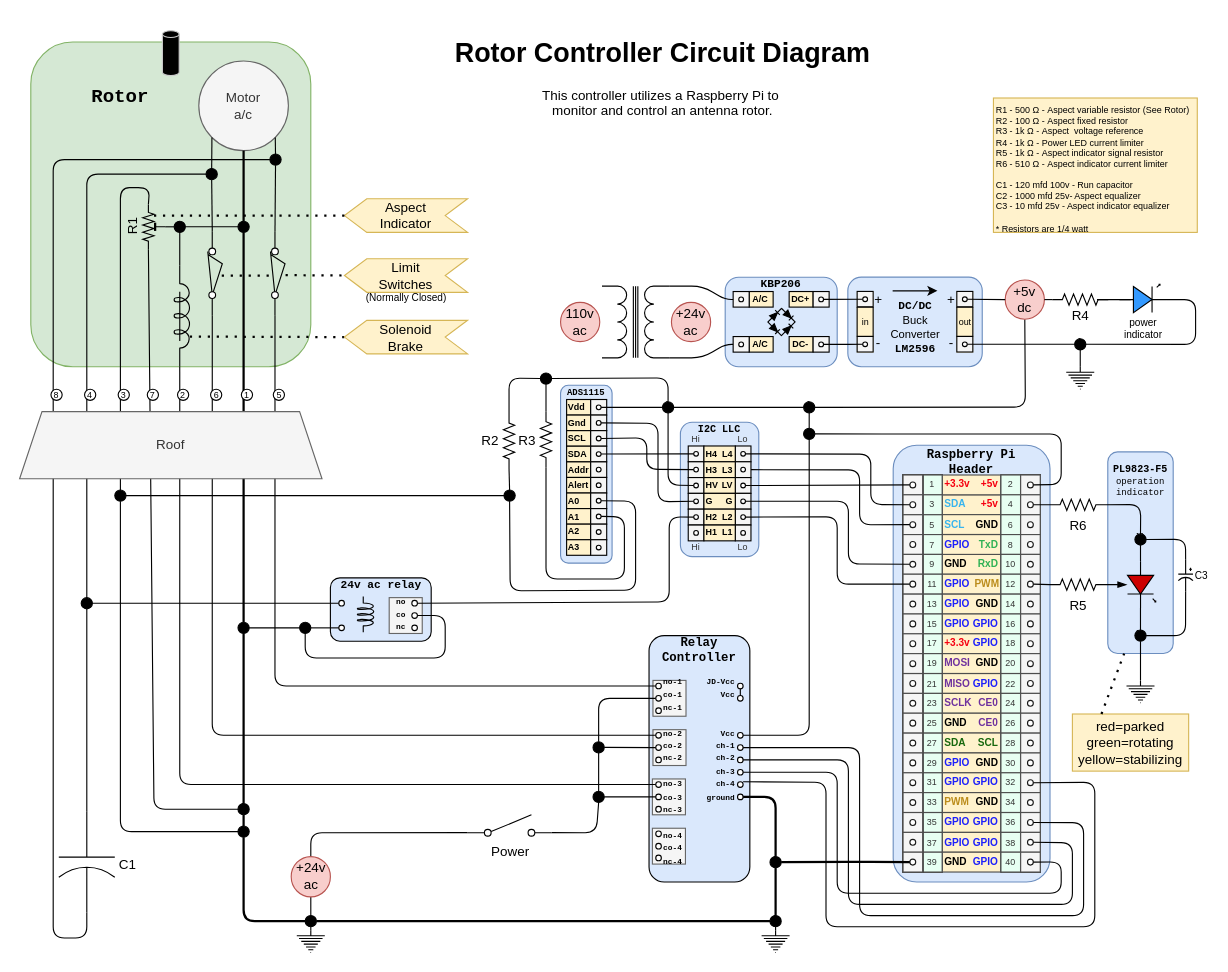
Before: readme/rotor.drawio in wryan67/rotor, a draw.io diagram. Source tidied: cells renumbered, new cells numbered last; positions are measured from the earlier drawing's top-left corner, leaving out a move shared by most shapes. Both pictures are drawn from the tidied source at 112%, with x=0, y=0 at pixel (19, 30).
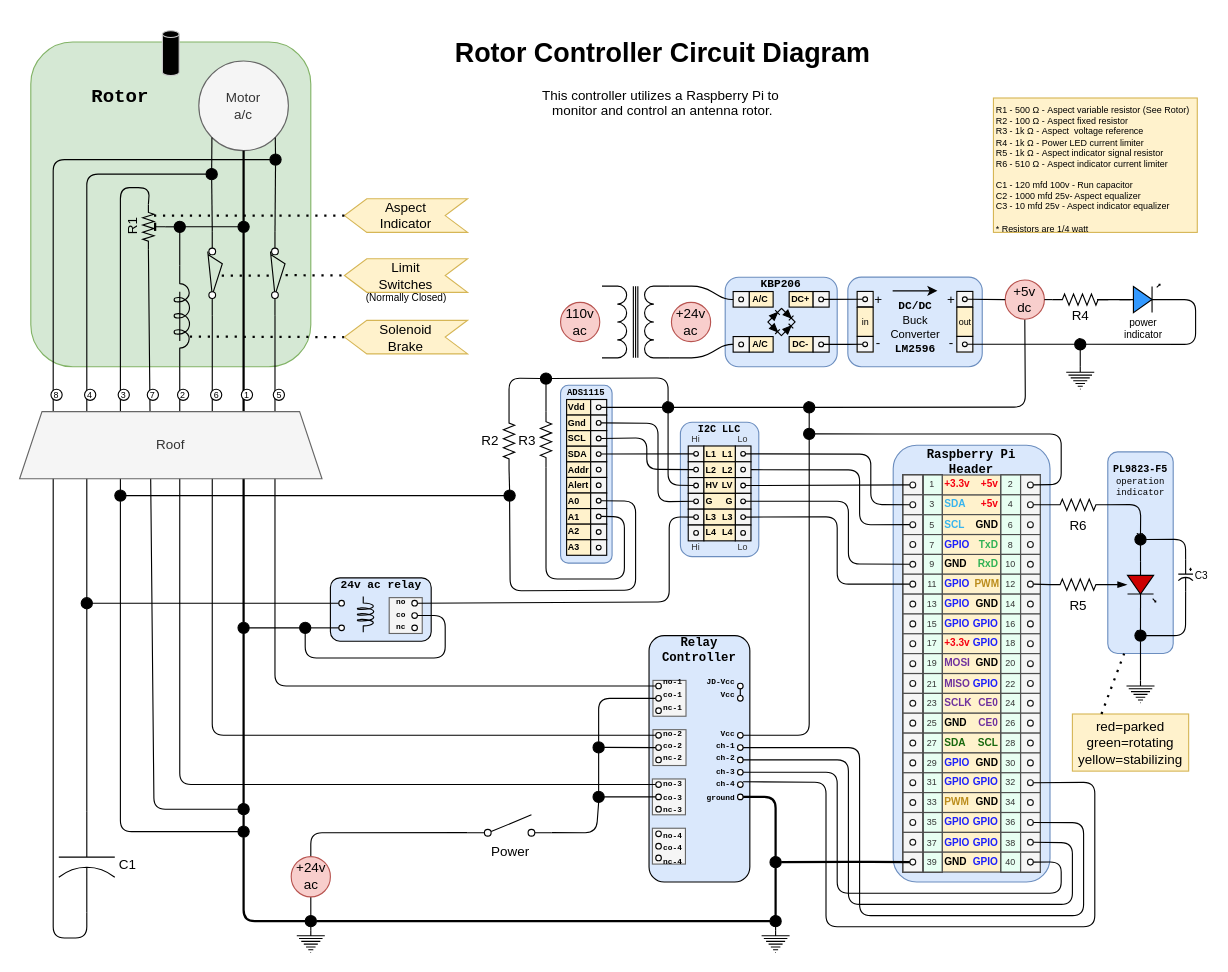
The same page after the edit.

Commit message:
made the pins on I2C LLC match the physical device

Unchanged cells that the change refers to:
```xml
<mxCell id="366" style="group;" parent="1" vertex="1">
  <mxGeometry x="590" y="349.5" width="70" height="120" as="geometry" />
</mxCell>
```

The edit, as a diff of the source:
```diff
@@
-    <mxCell id="398" value="L1" style="text;html=1;strokeColor=none;fillColor=none;align=right;verticalAlign=middle;whiteSpace=wrap;rounded=0;fontSize=8;fontStyle=1;" parent="366" vertex="1">
+    <mxCell id="398" value="L4" style="text;html=1;strokeColor=none;fillColor=none;align=right;verticalAlign=middle;whiteSpace=wrap;rounded=0;fontSize=8;fontStyle=1;" parent="366" vertex="1">
       <mxGeometry x="35" y="91.8" width="14" height="14.1" as="geometry" />
     </mxCell>
-    <mxCell id="399" value="L2" style="text;html=1;strokeColor=none;fillColor=none;align=right;verticalAlign=middle;whiteSpace=wrap;rounded=0;fontSize=8;fontStyle=1;" parent="366" vertex="1">
+    <mxCell id="399" value="L3" style="text;html=1;strokeColor=none;fillColor=none;align=right;verticalAlign=middle;whiteSpace=wrap;rounded=0;fontSize=8;fontStyle=1;" parent="366" vertex="1">
       <mxGeometry x="35" y="77.6" width="14" height="14.1" as="geometry" />
     </mxCell>
@@
-    <mxCell id="402" value="L3" style="text;html=1;strokeColor=none;fillColor=none;align=right;verticalAlign=middle;whiteSpace=wrap;rounded=0;fontSize=8;fontStyle=1;" parent="366" vertex="1">
+    <mxCell id="402" value="L2" style="text;html=1;strokeColor=none;fillColor=none;align=right;verticalAlign=middle;whiteSpace=wrap;rounded=0;fontSize=8;fontStyle=1;" parent="366" vertex="1">
       <mxGeometry x="35" y="35.3" width="14" height="14.1" as="geometry" />
     </mxCell>
-    <mxCell id="403" value="L4" style="text;html=1;strokeColor=none;fillColor=none;align=right;verticalAlign=middle;whiteSpace=wrap;rounded=0;fontSize=8;fontStyle=1;" parent="366" vertex="1">
+    <mxCell id="403" value="L1" style="text;html=1;strokeColor=none;fillColor=none;align=right;verticalAlign=middle;whiteSpace=wrap;rounded=0;fontSize=8;fontStyle=1;" parent="366" vertex="1">
       <mxGeometry x="35" y="21.2" width="14" height="14.1" as="geometry" />
     </mxCell>
-    <mxCell id="404" value="H4" style="text;html=1;strokeColor=none;fillColor=none;align=left;verticalAlign=middle;whiteSpace=wrap;rounded=0;fontSize=8;fontStyle=1;" parent="366" vertex="1">
+    <mxCell id="404" value="L1" style="text;html=1;strokeColor=none;fillColor=none;align=left;verticalAlign=middle;whiteSpace=wrap;rounded=0;fontSize=8;fontStyle=1;" parent="366" vertex="1">
       <mxGeometry x="21" y="21.2" width="14" height="14.1" as="geometry" />
     </mxCell>
-    <mxCell id="405" value="H3" style="text;html=1;strokeColor=none;fillColor=none;align=left;verticalAlign=middle;whiteSpace=wrap;rounded=0;fontSize=8;fontStyle=1;" parent="366" vertex="1">
+    <mxCell id="405" value="L2" style="text;html=1;strokeColor=none;fillColor=none;align=left;verticalAlign=middle;whiteSpace=wrap;rounded=0;fontSize=8;fontStyle=1;" parent="366" vertex="1">
       <mxGeometry x="21" y="35.3" width="14" height="14.1" as="geometry" />
     </mxCell>
@@
-    <mxCell id="408" value="H2" style="text;html=1;strokeColor=none;fillColor=none;align=left;verticalAlign=middle;whiteSpace=wrap;rounded=0;fontSize=8;fontStyle=1;" parent="366" vertex="1">
+    <mxCell id="408" value="L3" style="text;html=1;strokeColor=none;fillColor=none;align=left;verticalAlign=middle;whiteSpace=wrap;rounded=0;fontSize=8;fontStyle=1;" parent="366" vertex="1">
       <mxGeometry x="21" y="77.6" width="14" height="14.1" as="geometry" />
     </mxCell>
-    <mxCell id="409" value="H1" style="text;html=1;strokeColor=none;fillColor=none;align=left;verticalAlign=middle;whiteSpace=wrap;rounded=0;fontSize=8;fontStyle=1;" parent="366" vertex="1">
+    <mxCell id="409" value="L4" style="text;html=1;strokeColor=none;fillColor=none;align=left;verticalAlign=middle;whiteSpace=wrap;rounded=0;fontSize=8;fontStyle=1;" parent="366" vertex="1">
       <mxGeometry x="21" y="91.8" width="14" height="14.1" as="geometry" />
     </mxCell>
```
